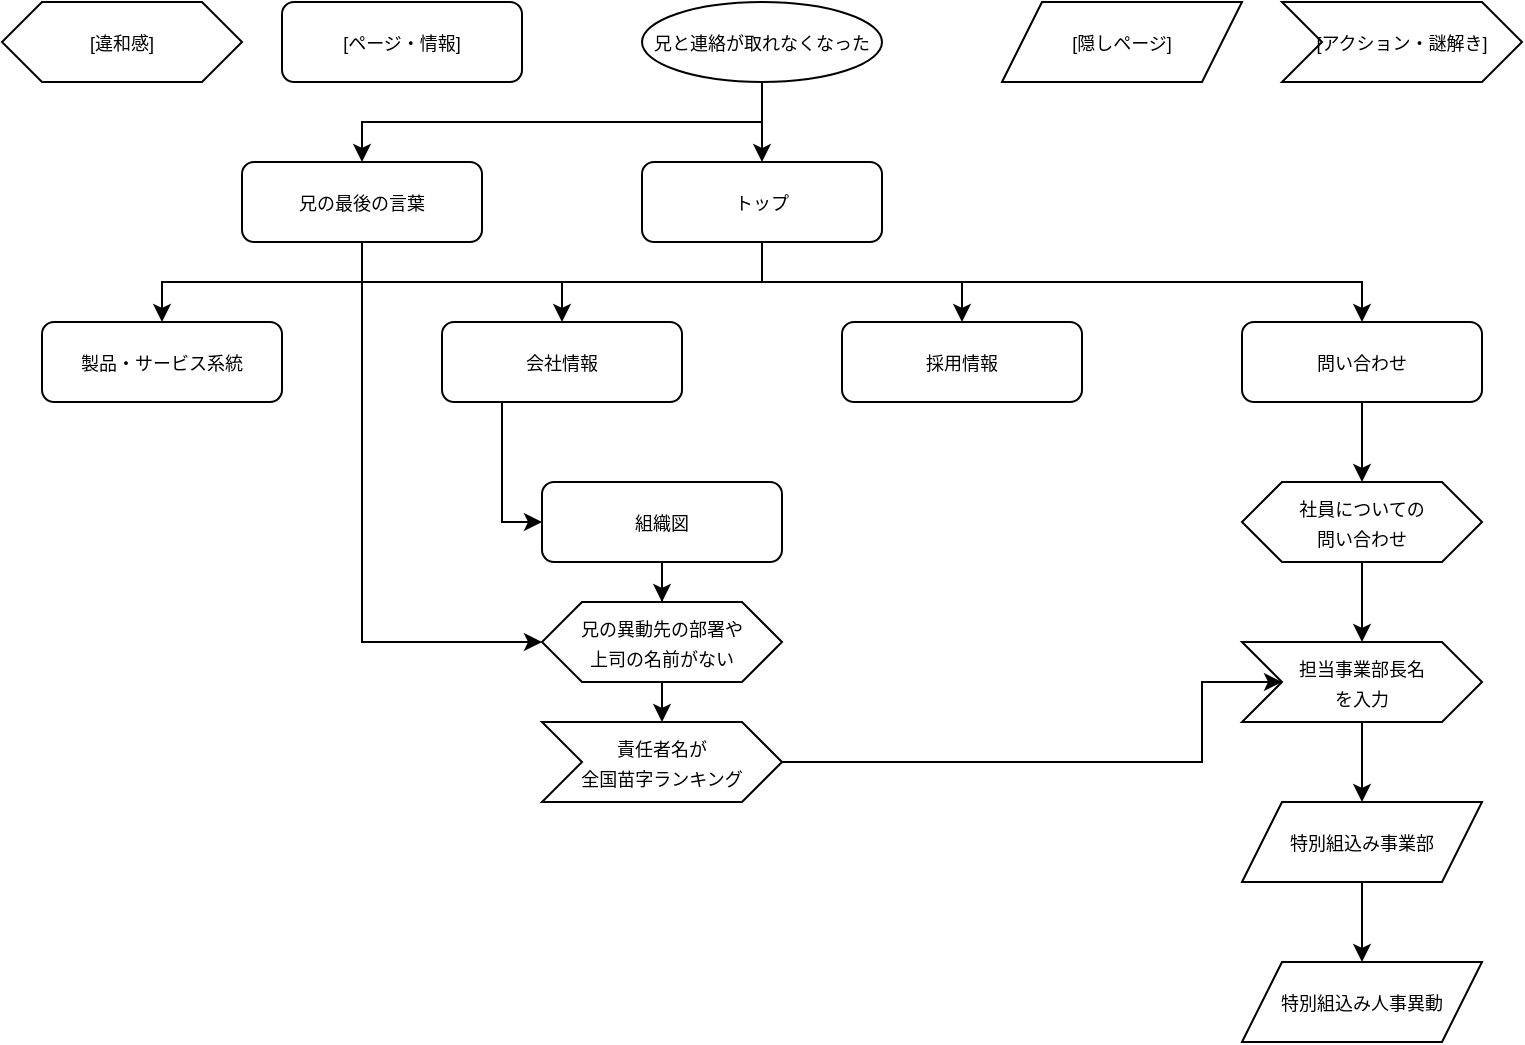
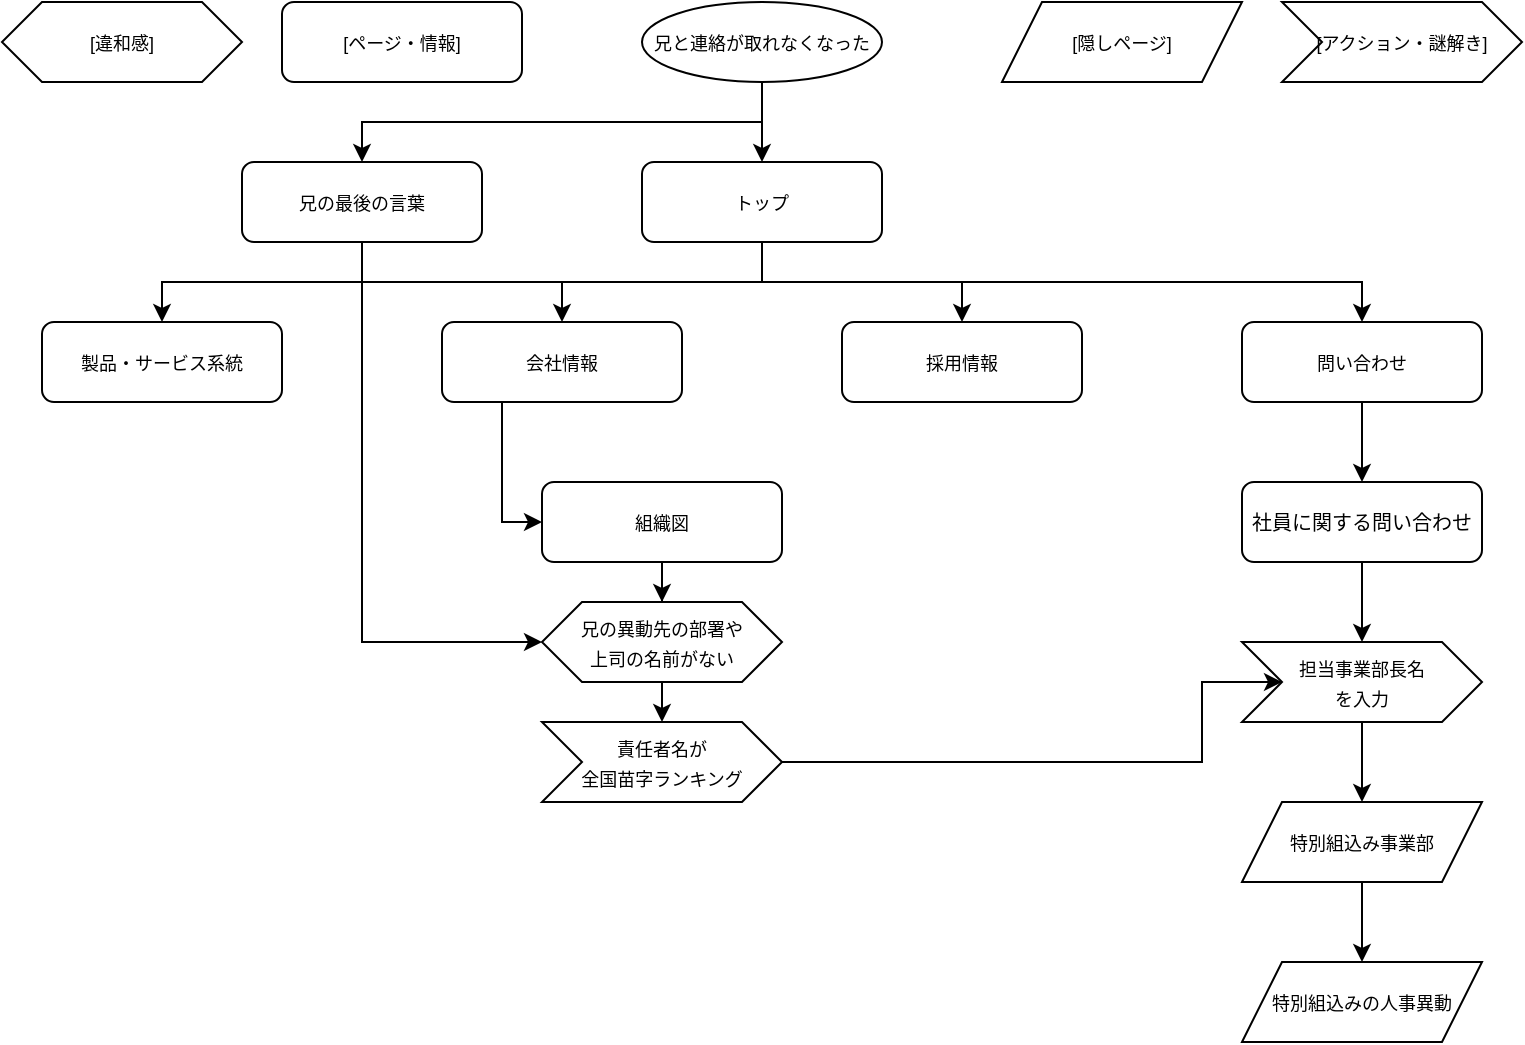
<mxfile host="app.diagrams.net">
  <diagram name="ページ-1" id="SspNnKsi7fuRaBvJYO7E">
-     <mxGraphModel dx="1030" dy="658" grid="1" gridSize="10" guides="1" tooltips="1" connect="1" arrows="1" fold="1" page="1" pageScale="1" pageWidth="800" pageHeight="1169" math="0" shadow="0">
+     <mxGraphModel dx="1212" dy="774" grid="1" gridSize="10" guides="1" tooltips="1" connect="1" arrows="1" fold="1" page="1" pageScale="1" pageWidth="800" pageHeight="1169" math="0" shadow="0">
      <root>
        <mxCell id="0" />
        <mxCell id="1" parent="0" />
        <mxCell id="Oz_Tc0_ftmsHe5I9UQDS-19" edge="1" parent="1" source="Oz_Tc0_ftmsHe5I9UQDS-2" style="edgeStyle=orthogonalEdgeStyle;rounded=0;orthogonalLoop=1;jettySize=auto;html=1;exitX=0.5;exitY=1;exitDx=0;exitDy=0;" target="Oz_Tc0_ftmsHe5I9UQDS-18">
          <mxGeometry relative="1" as="geometry" />
        </mxCell>
        <mxCell id="Oz_Tc0_ftmsHe5I9UQDS-51" edge="1" parent="1" source="Oz_Tc0_ftmsHe5I9UQDS-2" style="edgeStyle=orthogonalEdgeStyle;rounded=0;orthogonalLoop=1;jettySize=auto;html=1;exitX=0.5;exitY=1;exitDx=0;exitDy=0;entryX=0.5;entryY=0;entryDx=0;entryDy=0;" target="Oz_Tc0_ftmsHe5I9UQDS-55">
          <mxGeometry relative="1" as="geometry">
            <mxPoint x="260" y="120" as="targetPoint" />
          </mxGeometry>
        </mxCell>
        <mxCell id="Oz_Tc0_ftmsHe5I9UQDS-2" parent="1" style="ellipse;whiteSpace=wrap;html=1;" value="&lt;font style=&quot;font-size: 9px;&quot;&gt;兄と連絡が取れなくなった&lt;/font&gt;" vertex="1">
          <mxGeometry height="40" width="120" x="340" y="40" as="geometry" />
        </mxCell>
        <mxCell id="Oz_Tc0_ftmsHe5I9UQDS-24" edge="1" parent="1" source="Oz_Tc0_ftmsHe5I9UQDS-18" style="edgeStyle=orthogonalEdgeStyle;rounded=0;orthogonalLoop=1;jettySize=auto;html=1;exitX=0.5;exitY=1;exitDx=0;exitDy=0;entryX=0.5;entryY=0;entryDx=0;entryDy=0;" target="Oz_Tc0_ftmsHe5I9UQDS-23">
          <mxGeometry relative="1" as="geometry" />
        </mxCell>
        <mxCell id="Oz_Tc0_ftmsHe5I9UQDS-44" edge="1" parent="1" source="Oz_Tc0_ftmsHe5I9UQDS-18" style="edgeStyle=orthogonalEdgeStyle;rounded=0;orthogonalLoop=1;jettySize=auto;html=1;exitX=0.5;exitY=1;exitDx=0;exitDy=0;entryX=0.5;entryY=0;entryDx=0;entryDy=0;" target="Oz_Tc0_ftmsHe5I9UQDS-41">
          <mxGeometry relative="1" as="geometry" />
        </mxCell>
        <mxCell id="Oz_Tc0_ftmsHe5I9UQDS-45" edge="1" parent="1" source="Oz_Tc0_ftmsHe5I9UQDS-18" style="edgeStyle=orthogonalEdgeStyle;rounded=0;orthogonalLoop=1;jettySize=auto;html=1;exitX=0.5;exitY=1;exitDx=0;exitDy=0;entryX=0.5;entryY=0;entryDx=0;entryDy=0;" target="Oz_Tc0_ftmsHe5I9UQDS-42">
          <mxGeometry relative="1" as="geometry" />
        </mxCell>
        <mxCell id="Oz_Tc0_ftmsHe5I9UQDS-46" edge="1" parent="1" source="Oz_Tc0_ftmsHe5I9UQDS-18" style="edgeStyle=orthogonalEdgeStyle;rounded=0;orthogonalLoop=1;jettySize=auto;html=1;exitX=0.5;exitY=1;exitDx=0;exitDy=0;" target="Oz_Tc0_ftmsHe5I9UQDS-43">
          <mxGeometry relative="1" as="geometry" />
        </mxCell>
        <mxCell id="Oz_Tc0_ftmsHe5I9UQDS-18" parent="1" style="rounded=1;whiteSpace=wrap;html=1;" value="&lt;font style=&quot;font-size: 9px;&quot;&gt;トップ&lt;/font&gt;" vertex="1">
          <mxGeometry height="40" width="120" x="340" y="120" as="geometry" />
        </mxCell>
-         <mxCell id="Oz_Tc0_ftmsHe5I9UQDS-37" edge="1" parent="1" source="Oz_Tc0_ftmsHe5I9UQDS-20" style="edgeStyle=orthogonalEdgeStyle;rounded=0;orthogonalLoop=1;jettySize=auto;html=1;exitX=0.5;exitY=1;exitDx=0;exitDy=0;entryX=0.5;entryY=0;entryDx=0;entryDy=0;" target="Oz_Tc0_ftmsHe5I9UQDS-35">
+         <mxCell id="Oz_Tc0_ftmsHe5I9UQDS-37" edge="1" parent="1" source="Oz_Tc0_ftmsHe5I9UQDS-69" style="edgeStyle=orthogonalEdgeStyle;rounded=0;orthogonalLoop=1;jettySize=auto;html=1;exitX=0.5;exitY=1;exitDx=0;exitDy=0;entryX=0.5;entryY=0;entryDx=0;entryDy=0;" target="Oz_Tc0_ftmsHe5I9UQDS-35">
          <mxGeometry relative="1" as="geometry" />
        </mxCell>
-         <mxCell id="Oz_Tc0_ftmsHe5I9UQDS-20" parent="1" style="shape=hexagon;perimeter=hexagonPerimeter2;whiteSpace=wrap;html=1;fixedSize=1;" value="&lt;font style=&quot;font-size: 9px;&quot;&gt;社員についての&lt;br&gt;問い合わせ&lt;/font&gt;" vertex="1">
-           <mxGeometry height="40" width="120" x="640" y="280" as="geometry" />
-         </mxCell>
-         <mxCell id="Oz_Tc0_ftmsHe5I9UQDS-25" edge="1" parent="1" source="Oz_Tc0_ftmsHe5I9UQDS-23" style="edgeStyle=orthogonalEdgeStyle;rounded=0;orthogonalLoop=1;jettySize=auto;html=1;exitX=0.5;exitY=1;exitDx=0;exitDy=0;entryX=0.5;entryY=0;entryDx=0;entryDy=0;" target="Oz_Tc0_ftmsHe5I9UQDS-20">
+         <mxCell id="Oz_Tc0_ftmsHe5I9UQDS-25" edge="1" parent="1" source="Oz_Tc0_ftmsHe5I9UQDS-23" style="edgeStyle=orthogonalEdgeStyle;rounded=0;orthogonalLoop=1;jettySize=auto;html=1;exitX=0.5;exitY=1;exitDx=0;exitDy=0;entryX=0.5;entryY=0;entryDx=0;entryDy=0;" target="Oz_Tc0_ftmsHe5I9UQDS-69">
          <mxGeometry relative="1" as="geometry" />
        </mxCell>
        <mxCell id="Oz_Tc0_ftmsHe5I9UQDS-23" parent="1" style="rounded=1;whiteSpace=wrap;html=1;" value="&lt;font style=&quot;font-size: 9px;&quot;&gt;問い合わせ&lt;/font&gt;" vertex="1">
          <mxGeometry height="40" width="120" x="640" y="200" as="geometry" />
        </mxCell>
        <mxCell id="Oz_Tc0_ftmsHe5I9UQDS-27" parent="1" style="rounded=1;whiteSpace=wrap;html=1;" value="&lt;font style=&quot;font-size: 9px;&quot;&gt;[ページ・情報]&lt;/font&gt;" vertex="1">
          <mxGeometry height="40" width="120" x="160" y="40" as="geometry" />
        </mxCell>
        <mxCell id="Oz_Tc0_ftmsHe5I9UQDS-29" parent="1" style="shape=hexagon;perimeter=hexagonPerimeter2;whiteSpace=wrap;html=1;fixedSize=1;" value="&lt;font style=&quot;font-size: 9px;&quot;&gt;[違和感]&lt;/font&gt;" vertex="1">
          <mxGeometry height="40" width="120" x="20" y="40" as="geometry" />
        </mxCell>
        <mxCell id="Oz_Tc0_ftmsHe5I9UQDS-31" parent="1" style="shape=parallelogram;perimeter=parallelogramPerimeter;whiteSpace=wrap;html=1;fixedSize=1;" value="&lt;font style=&quot;font-size: 9px;&quot;&gt;[隠しページ]&lt;/font&gt;" vertex="1">
          <mxGeometry height="40" width="120" x="520" y="40" as="geometry" />
        </mxCell>
        <mxCell id="Oz_Tc0_ftmsHe5I9UQDS-34" parent="1" style="shape=step;perimeter=stepPerimeter;whiteSpace=wrap;html=1;fixedSize=1;" value="&lt;font style=&quot;font-size: 9px;&quot;&gt;[アクション・謎解き]&lt;/font&gt;" vertex="1">
          <mxGeometry height="40" width="120" x="660" y="40" as="geometry" />
        </mxCell>
        <mxCell id="Oz_Tc0_ftmsHe5I9UQDS-39" edge="1" parent="1" source="Oz_Tc0_ftmsHe5I9UQDS-35" style="edgeStyle=orthogonalEdgeStyle;rounded=0;orthogonalLoop=1;jettySize=auto;html=1;exitX=0.5;exitY=1;exitDx=0;exitDy=0;entryX=0.5;entryY=0;entryDx=0;entryDy=0;" target="Oz_Tc0_ftmsHe5I9UQDS-38">
          <mxGeometry relative="1" as="geometry" />
        </mxCell>
        <mxCell id="Oz_Tc0_ftmsHe5I9UQDS-35" parent="1" style="shape=step;perimeter=stepPerimeter;whiteSpace=wrap;html=1;fixedSize=1;" value="&lt;font style=&quot;font-size: 9px;&quot;&gt;担当事業部長名&lt;/font&gt;&lt;div&gt;&lt;span style=&quot;font-size: 9px; background-color: transparent; color: light-dark(rgb(0, 0, 0), rgb(255, 255, 255));&quot;&gt;を入力&lt;/span&gt;&lt;/div&gt;" vertex="1">
          <mxGeometry height="40" width="120" x="640" y="360" as="geometry" />
        </mxCell>
        <mxCell id="Oz_Tc0_ftmsHe5I9UQDS-68" edge="1" parent="1" source="Oz_Tc0_ftmsHe5I9UQDS-38" style="edgeStyle=orthogonalEdgeStyle;rounded=0;orthogonalLoop=1;jettySize=auto;html=1;exitX=0.5;exitY=1;exitDx=0;exitDy=0;entryX=0.5;entryY=0;entryDx=0;entryDy=0;" target="Oz_Tc0_ftmsHe5I9UQDS-67">
          <mxGeometry relative="1" as="geometry" />
        </mxCell>
        <mxCell id="Oz_Tc0_ftmsHe5I9UQDS-38" parent="1" style="shape=parallelogram;perimeter=parallelogramPerimeter;whiteSpace=wrap;html=1;fixedSize=1;" value="&lt;font style=&quot;font-size: 9px;&quot;&gt;特別組込み事業部&lt;/font&gt;" vertex="1">
          <mxGeometry height="40" width="120" x="640" y="440" as="geometry" />
        </mxCell>
        <mxCell id="Oz_Tc0_ftmsHe5I9UQDS-41" parent="1" style="rounded=1;whiteSpace=wrap;html=1;" value="&lt;font style=&quot;font-size: 9px;&quot;&gt;採用情報&lt;/font&gt;" vertex="1">
          <mxGeometry height="40" width="120" x="440" y="200" as="geometry" />
        </mxCell>
        <mxCell id="Oz_Tc0_ftmsHe5I9UQDS-48" edge="1" parent="1" source="Oz_Tc0_ftmsHe5I9UQDS-42" style="edgeStyle=orthogonalEdgeStyle;rounded=0;orthogonalLoop=1;jettySize=auto;html=1;exitX=0.25;exitY=1;exitDx=0;exitDy=0;entryX=0;entryY=0.5;entryDx=0;entryDy=0;" target="Oz_Tc0_ftmsHe5I9UQDS-47">
          <mxGeometry relative="1" as="geometry" />
        </mxCell>
        <mxCell id="Oz_Tc0_ftmsHe5I9UQDS-42" parent="1" style="rounded=1;whiteSpace=wrap;html=1;" value="&lt;font style=&quot;font-size: 9px;&quot;&gt;会社情報&lt;/font&gt;" vertex="1">
          <mxGeometry height="40" width="120" x="240" y="200" as="geometry" />
        </mxCell>
        <mxCell id="Oz_Tc0_ftmsHe5I9UQDS-43" parent="1" style="rounded=1;whiteSpace=wrap;html=1;" value="&lt;font style=&quot;font-size: 9px;&quot;&gt;製品・サービス系統&lt;/font&gt;" vertex="1">
          <mxGeometry height="40" width="120" x="40" y="200" as="geometry" />
        </mxCell>
        <mxCell id="Oz_Tc0_ftmsHe5I9UQDS-62" edge="1" parent="1" source="Oz_Tc0_ftmsHe5I9UQDS-47" style="edgeStyle=orthogonalEdgeStyle;rounded=0;orthogonalLoop=1;jettySize=auto;html=1;exitX=0.5;exitY=1;exitDx=0;exitDy=0;" target="Oz_Tc0_ftmsHe5I9UQDS-49">
          <mxGeometry relative="1" as="geometry" />
        </mxCell>
        <mxCell id="Oz_Tc0_ftmsHe5I9UQDS-47" parent="1" style="rounded=1;whiteSpace=wrap;html=1;" value="&lt;font style=&quot;font-size: 9px;&quot;&gt;組織図&lt;/font&gt;" vertex="1">
          <mxGeometry height="40" width="120" x="290" y="280" as="geometry" />
        </mxCell>
        <mxCell id="Oz_Tc0_ftmsHe5I9UQDS-64" edge="1" parent="1" source="Oz_Tc0_ftmsHe5I9UQDS-49" style="edgeStyle=orthogonalEdgeStyle;rounded=0;orthogonalLoop=1;jettySize=auto;html=1;exitX=0.5;exitY=1;exitDx=0;exitDy=0;entryX=0.5;entryY=0;entryDx=0;entryDy=0;" target="Oz_Tc0_ftmsHe5I9UQDS-63">
          <mxGeometry relative="1" as="geometry" />
        </mxCell>
        <mxCell id="Oz_Tc0_ftmsHe5I9UQDS-49" parent="1" style="shape=hexagon;perimeter=hexagonPerimeter2;whiteSpace=wrap;html=1;fixedSize=1;" value="&lt;font style=&quot;font-size: 9px;&quot;&gt;兄の異動先の&lt;/font&gt;&lt;font style=&quot;background-color: transparent; color: light-dark(rgb(0, 0, 0), rgb(255, 255, 255)); font-size: 9px;&quot;&gt;部署や&lt;/font&gt;&lt;div&gt;&lt;font style=&quot;background-color: transparent; color: light-dark(rgb(0, 0, 0), rgb(255, 255, 255)); font-size: 9px;&quot;&gt;上司の&lt;/font&gt;&lt;span style=&quot;background-color: transparent; color: light-dark(rgb(0, 0, 0), rgb(255, 255, 255)); font-size: 9px;&quot;&gt;名前がない&lt;/span&gt;&lt;/div&gt;" vertex="1">
          <mxGeometry height="40" width="120" x="290" y="340" as="geometry" />
        </mxCell>
        <mxCell id="Oz_Tc0_ftmsHe5I9UQDS-57" edge="1" parent="1" source="Oz_Tc0_ftmsHe5I9UQDS-55" style="edgeStyle=orthogonalEdgeStyle;rounded=0;orthogonalLoop=1;jettySize=auto;html=1;exitX=0.5;exitY=1;exitDx=0;exitDy=0;entryX=0;entryY=0.5;entryDx=0;entryDy=0;" target="Oz_Tc0_ftmsHe5I9UQDS-49">
          <mxGeometry relative="1" as="geometry" />
        </mxCell>
        <mxCell id="Oz_Tc0_ftmsHe5I9UQDS-55" parent="1" style="rounded=1;whiteSpace=wrap;html=1;" value="&lt;font style=&quot;font-size: 9px;&quot;&gt;兄の最後の言葉&lt;/font&gt;" vertex="1">
          <mxGeometry height="40" width="120" x="140" y="120" as="geometry" />
        </mxCell>
        <mxCell id="Oz_Tc0_ftmsHe5I9UQDS-65" edge="1" parent="1" source="Oz_Tc0_ftmsHe5I9UQDS-63" style="edgeStyle=orthogonalEdgeStyle;rounded=0;orthogonalLoop=1;jettySize=auto;html=1;exitX=1;exitY=0.5;exitDx=0;exitDy=0;entryX=0;entryY=0.5;entryDx=0;entryDy=0;" target="Oz_Tc0_ftmsHe5I9UQDS-35">
          <mxGeometry relative="1" as="geometry">
            <Array as="points">
              <mxPoint x="620" y="420" />
              <mxPoint x="620" y="380" />
            </Array>
          </mxGeometry>
        </mxCell>
        <mxCell id="Oz_Tc0_ftmsHe5I9UQDS-63" parent="1" style="shape=step;perimeter=stepPerimeter;whiteSpace=wrap;html=1;fixedSize=1;" value="&lt;font style=&quot;font-size: 9px;&quot;&gt;責任者名が&lt;/font&gt;&lt;div&gt;&lt;font style=&quot;font-size: 9px;&quot;&gt;全国苗字ランキング&lt;/font&gt;&lt;/div&gt;" vertex="1">
          <mxGeometry height="40" width="120" x="290" y="400" as="geometry" />
        </mxCell>
-         <mxCell id="Oz_Tc0_ftmsHe5I9UQDS-67" parent="1" style="shape=parallelogram;perimeter=parallelogramPerimeter;whiteSpace=wrap;html=1;fixedSize=1;" value="&lt;font style=&quot;font-size: 9px;&quot;&gt;特別組込み人事異動&lt;/font&gt;" vertex="1">
+         <mxCell id="Oz_Tc0_ftmsHe5I9UQDS-67" parent="1" style="shape=parallelogram;perimeter=parallelogramPerimeter;whiteSpace=wrap;html=1;fixedSize=1;" value="&lt;font style=&quot;font-size: 9px;&quot;&gt;特別組込みの人事異動&lt;/font&gt;" vertex="1">
          <mxGeometry height="40" width="120" x="640" y="520" as="geometry" />
+         </mxCell>
+         <mxCell id="Oz_Tc0_ftmsHe5I9UQDS-69" parent="1" style="rounded=1;whiteSpace=wrap;html=1;" value="&lt;font size=&quot;1&quot;&gt;社員に関する問い合わせ&lt;/font&gt;" vertex="1">
+           <mxGeometry height="40" width="120" x="640" y="280" as="geometry" />
        </mxCell>
      </root>
    </mxGraphModel>
  </diagram>
</mxfile>
